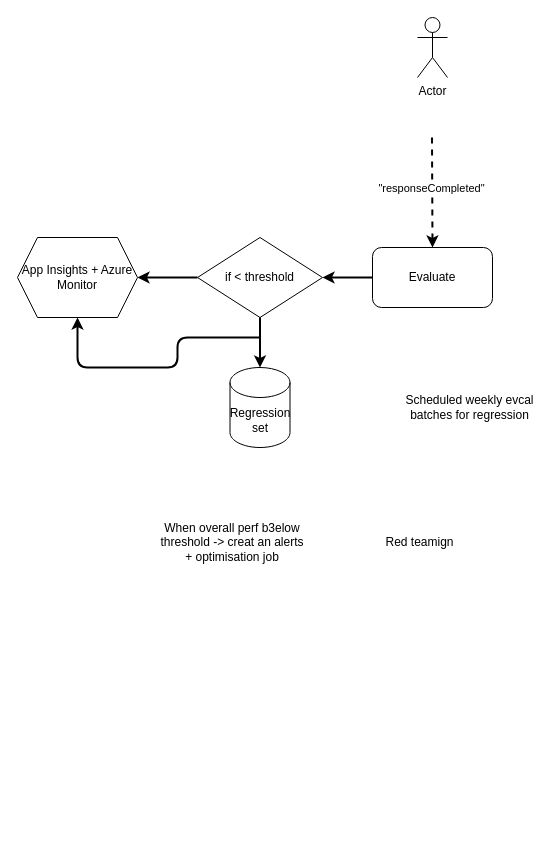
NicoGrassetto/Cosmopilot keeps this draw.io diagram as assets/evals.drawio. Above is the earlier version. Source tidied: cells renumbered, new cells numbered last; positions are measured from the earlier drawing's top-left corner, leaving out a move shared by most shapes. Both pictures are drawn from the tidied source at 100%, with x=0, y=0 at pixel (17, 17).
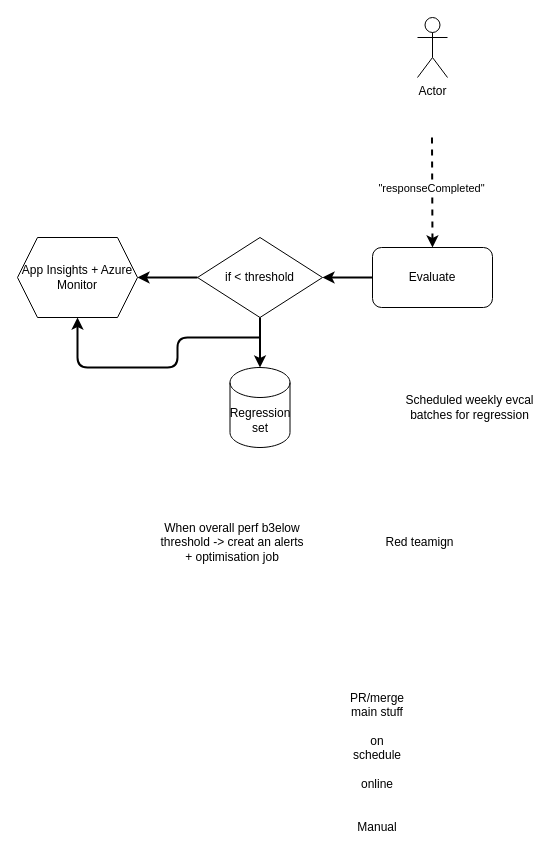
Above is the later version.

What changed in the source:
```diff
@@
 <mxGraphModel>
   <root>
     <mxCell id="0" />
     <mxCell id="1" parent="0" />
     <mxCell id="2" value="Actor" style="shape=umlActor;verticalLabelPosition=bottom;verticalAlign=top;html=1;" parent="1" vertex="1">
       <mxGeometry x="400" width="30" height="60" as="geometry" />
     </mxCell>
     <mxCell id="3" style="endArrow=classic;html=1;dashed=1;strokeWidth=2;entryX=0.5;entryY=0;entryDx=0;entryDy=0;" parent="1" edge="1" target="5">
       <mxGeometry relative="1" as="geometry">
         <mxPoint x="414.5" y="120" as="sourcePoint" />
       </mxGeometry>
     </mxCell>
     <mxCell id="4" value="&quot;responseCompleted&quot;" style="edgeLabel;html=1;align=center;verticalAlign=middle;" parent="3" vertex="1">
       <mxGeometry x="-0.1" y="-1" relative="1" as="geometry" />
     </mxCell>
     <mxCell id="5" value="Evaluate" style="rounded=1;whiteSpace=wrap;html=1;" parent="1" vertex="1">
       <mxGeometry x="355" y="230" width="120" height="60" as="geometry" />
     </mxCell>
     <mxCell id="6" value="if &amp;lt; threshold" style="rhombus;whiteSpace=wrap;html=1;" parent="1" vertex="1">
       <mxGeometry x="180" y="220" width="125" height="80" as="geometry" />
     </mxCell>
     <mxCell id="7" style="endArrow=classic;html=1;exitX=0;exitY=0.5;exitDx=0;exitDy=0;entryX=1;entryY=0.5;entryDx=0;entryDy=0;strokeWidth=2;" parent="1" edge="1" source="5" target="6">
       <mxGeometry relative="1" as="geometry" />
     </mxCell>
     <mxCell id="8" value="Regression set" style="shape=cylinder3;whiteSpace=wrap;html=1;boundedLbl=1;backgroundOutline=1;size=15;" parent="1" vertex="1">
       <mxGeometry x="212.5" y="350" width="60" height="80" as="geometry" />
     </mxCell>
     <mxCell id="9" style="endArrow=classic;html=1;exitX=0.5;exitY=1;exitDx=0;exitDy=0;entryX=0.5;entryY=0;entryDx=0;entryDy=0;entryPerimeter=0;strokeWidth=2;" parent="1" edge="1" source="6" target="8">
       <mxGeometry relative="1" as="geometry" />
     </mxCell>
     <mxCell id="10" style="endArrow=classic;html=1;exitX=0;exitY=0.5;exitDx=0;exitDy=0;strokeWidth=2;entryX=1;entryY=0.5;entryDx=0;entryDy=0;" parent="1" edge="1" source="6" target="11">
       <mxGeometry relative="1" as="geometry" />
     </mxCell>
     <mxCell id="11" value="App Insights + Azure Monitor" style="shape=hexagon;perimeter=hexagonPerimeter2;whiteSpace=wrap;html=1;fixedSize=1;" parent="1" vertex="1">
       <mxGeometry y="220" width="120" height="80" as="geometry" />
     </mxCell>
     <mxCell id="12" style="endArrow=classic;html=1;entryX=0.5;entryY=1;entryDx=0;entryDy=0;strokeWidth=2;" parent="1" edge="1" target="11">
       <mxGeometry relative="1" as="geometry">
         <mxPoint x="243" y="320" as="sourcePoint" />
         <Array as="points">
           <mxPoint x="160" y="320" />
           <mxPoint x="160" y="350" />
           <mxPoint x="60" y="350" />
         </Array>
       </mxGeometry>
     </mxCell>
     <mxCell id="13" value="When overall perf b3elow threshold -&amp;gt; creat an alerts + optimisation job" style="text;html=1;align=center;verticalAlign=middle;whiteSpace=wrap;rounded=0;" parent="1" vertex="1">
       <mxGeometry x="140" y="450" width="150" height="150" as="geometry" />
     </mxCell>
     <mxCell id="14" value="Scheduled weekly evcal batches for regression" style="text;html=1;align=center;verticalAlign=middle;whiteSpace=wrap;rounded=0;" parent="1" vertex="1">
       <mxGeometry x="380" y="360" width="145" height="60" as="geometry" />
     </mxCell>
     <mxCell id="15" value="Red teamign" style="text;html=1;align=center;verticalAlign=middle;whiteSpace=wrap;rounded=0;" parent="1" vertex="1">
       <mxGeometry x="330" y="495" width="145" height="60" as="geometry" />
     </mxCell>
+    <mxCell id="16" value="PR/merge main stuff&lt;div&gt;&lt;br&gt;&lt;/div&gt;&lt;div&gt;on schedule&lt;/div&gt;&lt;div&gt;&lt;br&gt;&lt;/div&gt;&lt;div&gt;online&lt;/div&gt;&lt;div&gt;&lt;br&gt;&lt;/div&gt;&lt;div&gt;&lt;br&gt;&lt;/div&gt;&lt;div&gt;Manual&lt;/div&gt;" style="text;html=1;align=center;verticalAlign=middle;whiteSpace=wrap;rounded=0;" parent="1" vertex="1">
+      <mxGeometry x="330" y="730" width="60" height="30" as="geometry" />
+    </mxCell>
   </root>
 </mxGraphModel>
```
